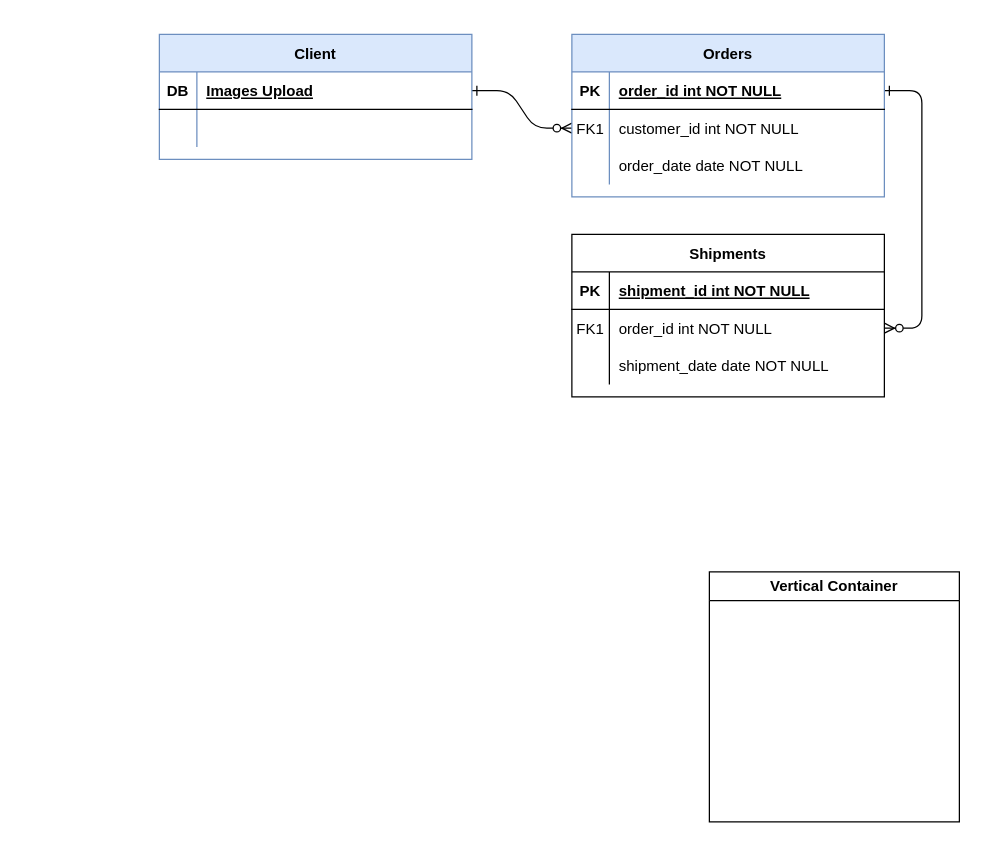
Above: Untitled Diagram.drawio in Abhishekc18/shiny-couscous (draw.io), before the change. Source tidied: cells renumbered, new cells numbered last; positions are measured from the earlier drawing's top-left corner, leaving out a move shared by most shapes. Both pictures are drawn from the tidied source at 125%, with x=0, y=0 at pixel (159, 34).
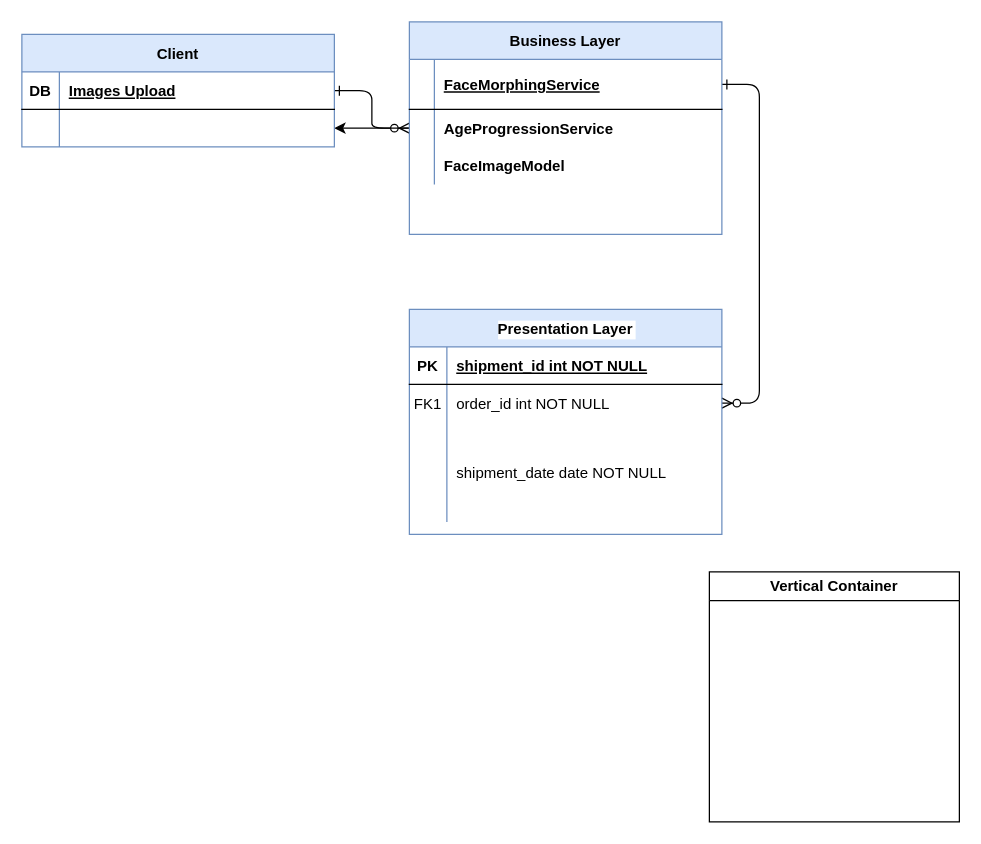
The same diagram, later.

The change refers to these unchanged cells:
```xml
<mxCell id="28" style="shape=partialRectangle;fillColor=none;points=[[0,0.5],[1,0.5]];portConstraint=eastwest;top=0;left=0;right=0;bottom=0;" parent="24" vertex="1">
  <mxGeometry y="60" width="250" height="30" as="geometry" />
</mxCell>
```

Diff of the diagram source:
```diff
@@
+    <mxCell id="32" style="edgeStyle=orthogonalEdgeStyle;rounded=0;jettySize=auto;html=1;" parent="1" edge="1" source="4" target="28">
+      <mxGeometry relative="1" as="geometry" />
+    </mxCell>
+    <mxCell id="33" style="edgeStyle=orthogonalEdgeStyle;rounded=0;jettySize=auto;html=1;exitX=0.5;exitY=1;exitDx=0;exitDy=0;" parent="1" edge="1" source="4">
+      <mxGeometry relative="1" as="geometry">
+        <mxPoint x="325" y="160" as="targetPoint" />
+      </mxGeometry>
+    </mxCell>
-    <mxCell id="4" value="Orders" style="shape=table;startSize=30;childLayout=tableLayout;rowLines=0;fontStyle=1;align=center;fillColor=#dae8fc;strokeColor=#6c8ebf;" parent="1" vertex="1">
-      <mxGeometry x="330" width="250" height="130" as="geometry" />
+    <mxCell id="4" value="Business Layer" style="shape=table;startSize=30;childLayout=tableLayout;rowLines=0;fontStyle=1;align=center;fillColor=#dae8fc;strokeColor=#6c8ebf;" parent="1" vertex="1">
+      <mxGeometry x="200" y="-10" width="250" height="170" as="geometry" />
     </mxCell>
     <mxCell id="5" style="shape=partialRectangle;fillColor=none;points=[[0,0.5],[1,0.5]];portConstraint=eastwest;top=0;left=0;right=0;bottom=1;" parent="4" vertex="1">
-      <mxGeometry y="30" width="250" height="30" as="geometry" />
+      <mxGeometry y="30" width="250" height="40" as="geometry" />
     </mxCell>
-    <mxCell id="6" value="PK" style="shape=partialRectangle;overflow=hidden;fillColor=none;top=0;left=0;bottom=0;right=0;fontStyle=1;" parent="5" vertex="1">
-      <mxGeometry width="30" height="30" as="geometry" />
+    <mxCell id="6" style="shape=partialRectangle;overflow=hidden;fillColor=none;top=0;left=0;bottom=0;right=0;fontStyle=1;" parent="5" vertex="1">
+      <mxGeometry width="20" height="40" as="geometry" />
     </mxCell>
-    <mxCell id="7" value="order_id int NOT NULL " style="shape=partialRectangle;overflow=hidden;fillColor=none;top=0;left=0;bottom=0;right=0;align=left;spacingLeft=6;fontStyle=5;" parent="5" vertex="1">
-      <mxGeometry x="30" width="220" height="30" as="geometry" />
+    <mxCell id="7" value="FaceMorphingService" style="shape=partialRectangle;overflow=hidden;fillColor=none;top=0;left=0;bottom=0;right=0;align=left;spacingLeft=6;fontStyle=5;" parent="5" vertex="1">
+      <mxGeometry x="20" width="230" height="40" as="geometry" />
     </mxCell>
     <mxCell id="8" style="shape=partialRectangle;fillColor=none;points=[[0,0.5],[1,0.5]];portConstraint=eastwest;top=0;left=0;right=0;bottom=0;" parent="4" vertex="1">
-      <mxGeometry y="60" width="250" height="30" as="geometry" />
+      <mxGeometry y="70" width="250" height="30" as="geometry" />
     </mxCell>
-    <mxCell id="9" value="FK1" style="shape=partialRectangle;overflow=hidden;fillColor=none;top=0;left=0;bottom=0;right=0;" parent="8" vertex="1">
-      <mxGeometry width="30" height="30" as="geometry" />
+    <mxCell id="9" style="shape=partialRectangle;overflow=hidden;fillColor=none;top=0;left=0;bottom=0;right=0;" parent="8" vertex="1">
+      <mxGeometry width="20" height="30" as="geometry" />
     </mxCell>
-    <mxCell id="10" value="customer_id int NOT NULL" style="shape=partialRectangle;overflow=hidden;fillColor=none;top=0;left=0;bottom=0;right=0;align=left;spacingLeft=6;" parent="8" vertex="1">
-      <mxGeometry x="30" width="220" height="30" as="geometry" />
+    <mxCell id="10" value="AgeProgressionService" style="shape=partialRectangle;overflow=hidden;fillColor=none;top=0;left=0;bottom=0;right=0;align=left;spacingLeft=6;fontStyle=1;" parent="8" vertex="1">
+      <mxGeometry x="20" width="230" height="30" as="geometry" />
     </mxCell>
     <mxCell id="11" style="shape=partialRectangle;fillColor=none;top=0;left=0;right=0;bottom=0;" parent="4" vertex="1">
-      <mxGeometry y="90" width="250" height="30" as="geometry" />
+      <mxGeometry y="100" width="250" height="30" as="geometry" />
     </mxCell>
     <mxCell id="12" style="shape=partialRectangle;overflow=hidden;fillColor=none;top=0;left=0;bottom=0;right=0;" parent="11" vertex="1">
-      <mxGeometry width="30" height="30" as="geometry" />
+      <mxGeometry width="20" height="30" as="geometry" />
     </mxCell>
-    <mxCell id="13" value="order_date date NOT NULL" style="shape=partialRectangle;overflow=hidden;fillColor=none;top=0;left=0;bottom=0;right=0;align=left;spacingLeft=6;" parent="11" vertex="1">
-      <mxGeometry x="30" width="220" height="30" as="geometry" />
+    <mxCell id="13" value="FaceImageModel" style="shape=partialRectangle;overflow=hidden;fillColor=none;top=0;left=0;bottom=0;right=0;align=left;spacingLeft=6;fontStyle=1;" parent="11" vertex="1">
+      <mxGeometry x="20" width="230" height="30" as="geometry" />
     </mxCell>
-    <mxCell id="14" value="Shipments" style="shape=table;startSize=30;childLayout=tableLayout;rowLines=0;fontStyle=1;align=center;" parent="1" vertex="1">
-      <mxGeometry x="330" y="160" width="250" height="130" as="geometry" />
+    <mxCell id="14" value="Presentation Layer" style="shape=table;startSize=30;childLayout=tableLayout;rowLines=0;fontStyle=1;align=center;labelBackgroundColor=default;fillColor=#dae8fc;strokeColor=#6c8ebf;" parent="1" vertex="1">
+      <mxGeometry x="200" y="220" width="250" height="180" as="geometry" />
     </mxCell>
@@
     <mxCell id="21" style="shape=partialRectangle;fillColor=none;top=0;left=0;right=0;bottom=0;" parent="14" vertex="1">
-      <mxGeometry y="90" width="250" height="30" as="geometry" />
+      <mxGeometry y="90" width="250" height="80" as="geometry" />
     </mxCell>
     <mxCell id="22" style="shape=partialRectangle;overflow=hidden;fillColor=none;top=0;left=0;bottom=0;right=0;" parent="21" vertex="1">
-      <mxGeometry width="30" height="30" as="geometry" />
+      <mxGeometry width="30" height="80" as="geometry" />
     </mxCell>
     <mxCell id="23" value="shipment_date date NOT NULL" style="shape=partialRectangle;overflow=hidden;fillColor=none;top=0;left=0;bottom=0;right=0;align=left;spacingLeft=6;" parent="21" vertex="1">
-      <mxGeometry x="30" width="220" height="30" as="geometry" />
+      <mxGeometry x="30" width="220" height="80" as="geometry" />
     </mxCell>
     <mxCell id="24" value="Client" style="shape=table;startSize=30;childLayout=tableLayout;rowLines=0;fontStyle=1;align=center;fillColor=#dae8fc;strokeColor=#6c8ebf;" parent="1" vertex="1">
-      <mxGeometry width="250" height="100" as="geometry" />
+      <mxGeometry x="-110" width="250" height="90" as="geometry" />
     </mxCell>
```
